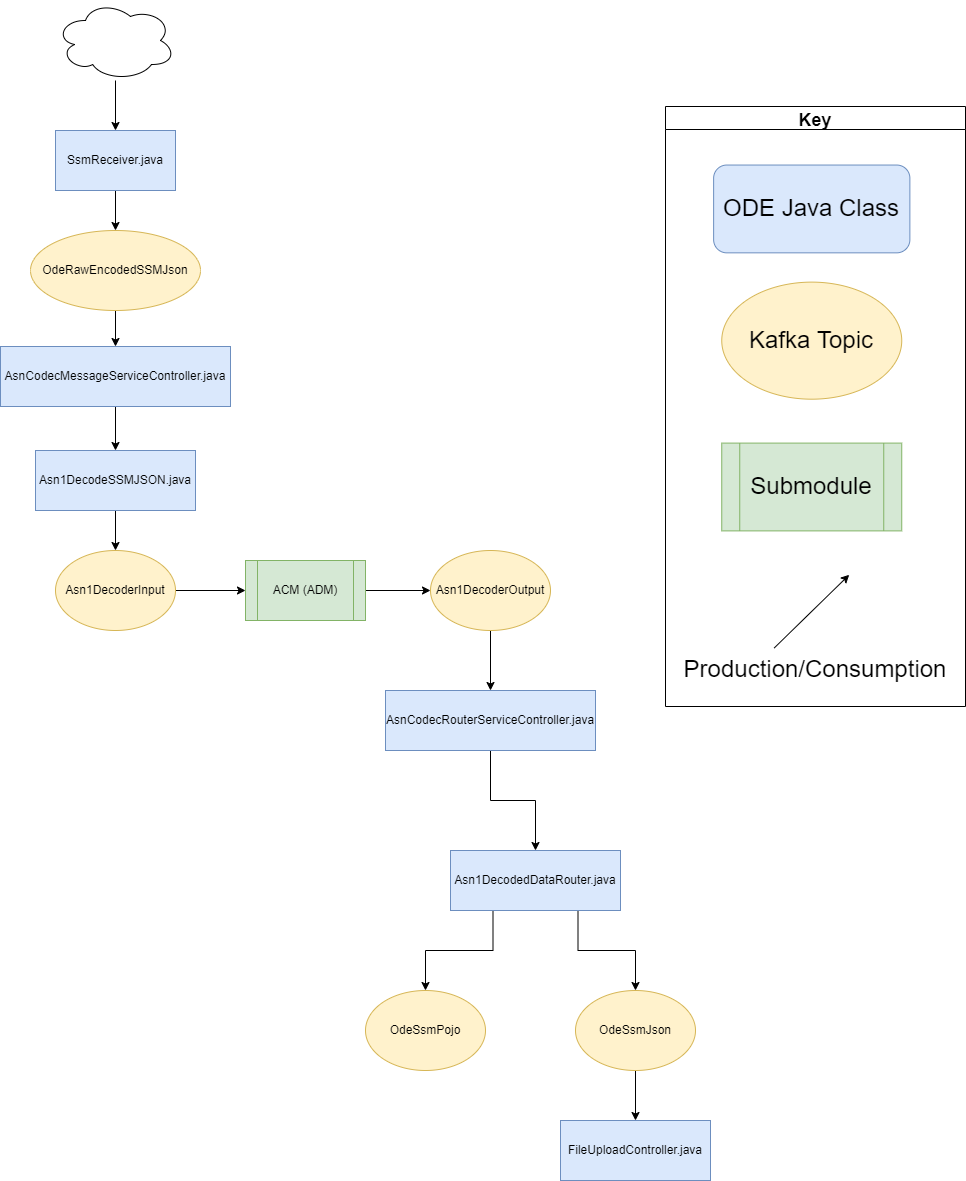
usdot-jpo-ode/jpo-ode keeps this draw.io diagram as docs/data-flow-diagrams/ssm/SSM Data Flow.drawio.png. Above is the earlier version. Source tidied: cells renumbered, new cells last; positions are measured from the earlier drawing's top-left corner, leaving out a move shared by most shapes. The source it was exported from:
```xml
<mxGraphModel>
  <root>
    <mxCell id="0" />
    <mxCell id="1" parent="0" />
    <mxCell id="2" style="edgeStyle=orthogonalEdgeStyle;rounded=0;jettySize=auto;html=1;exitX=0.25;exitY=1;exitDx=0;exitDy=0;" parent="1" edge="1" source="4" target="31">
      <mxGeometry relative="1" as="geometry" />
    </mxCell>
    <mxCell id="3" style="edgeStyle=orthogonalEdgeStyle;rounded=0;jettySize=auto;html=1;exitX=0.75;exitY=1;exitDx=0;exitDy=0;" parent="1" edge="1" source="4" target="33">
      <mxGeometry relative="1" as="geometry" />
    </mxCell>
    <mxCell id="4" value="Asn1DecodedDataRouter.java" style="rounded=0;whiteSpace=wrap;html=1;fillColor=#dae8fc;strokeColor=#6c8ebf;" parent="1" vertex="1">
      <mxGeometry x="450" y="850" width="170" height="60" as="geometry" />
    </mxCell>
    <mxCell id="5" style="edgeStyle=orthogonalEdgeStyle;rounded=0;jettySize=auto;html=1;entryX=0;entryY=0.5;entryDx=0;entryDy=0;" parent="1" edge="1" source="6" target="12">
      <mxGeometry relative="1" as="geometry" />
    </mxCell>
    <mxCell id="6" value="ACM (ADM)" style="shape=process;whiteSpace=wrap;html=1;backgroundOutline=1;fillColor=#d5e8d4;strokeColor=#82b366;" parent="1" vertex="1">
      <mxGeometry x="245" y="560" width="120" height="60" as="geometry" />
    </mxCell>
    <mxCell id="7" style="edgeStyle=orthogonalEdgeStyle;rounded=0;jettySize=auto;html=1;" parent="1" edge="1" source="8" target="18">
      <mxGeometry relative="1" as="geometry" />
    </mxCell>
    <mxCell id="8" value="AsnCodecMessageServiceController.java" style="rounded=0;whiteSpace=wrap;html=1;fillColor=#dae8fc;strokeColor=#6c8ebf;" parent="1" vertex="1">
      <mxGeometry y="346" width="230" height="60" as="geometry" />
    </mxCell>
    <mxCell id="9" style="edgeStyle=orthogonalEdgeStyle;rounded=0;jettySize=auto;html=1;entryX=0;entryY=0.5;entryDx=0;entryDy=0;" parent="1" edge="1" source="10" target="6">
      <mxGeometry relative="1" as="geometry" />
    </mxCell>
    <mxCell id="10" value="Asn1DecoderInput" style="ellipse;whiteSpace=wrap;html=1;fillColor=#fff2cc;strokeColor=#d6b656;" parent="1" vertex="1">
      <mxGeometry x="55" y="550" width="120" height="80" as="geometry" />
    </mxCell>
    <mxCell id="11" style="edgeStyle=orthogonalEdgeStyle;rounded=0;jettySize=auto;html=1;" parent="1" edge="1" source="12" target="20">
      <mxGeometry relative="1" as="geometry" />
    </mxCell>
    <mxCell id="12" value="Asn1DecoderOutput" style="ellipse;whiteSpace=wrap;html=1;fillColor=#fff2cc;strokeColor=#d6b656;" parent="1" vertex="1">
      <mxGeometry x="430" y="550" width="120" height="80" as="geometry" />
    </mxCell>
    <mxCell id="13" style="edgeStyle=orthogonalEdgeStyle;rounded=0;jettySize=auto;html=1;entryX=0.5;entryY=0;entryDx=0;entryDy=0;" parent="1" edge="1" source="14" target="16">
      <mxGeometry relative="1" as="geometry" />
    </mxCell>
    <mxCell id="14" value="SsmReceiver.java" style="rounded=0;whiteSpace=wrap;html=1;fillColor=#dae8fc;strokeColor=#6c8ebf;" parent="1" vertex="1">
      <mxGeometry x="55" y="130" width="120" height="60" as="geometry" />
    </mxCell>
    <mxCell id="15" style="edgeStyle=orthogonalEdgeStyle;rounded=0;jettySize=auto;html=1;" parent="1" edge="1" source="16" target="8">
      <mxGeometry relative="1" as="geometry" />
    </mxCell>
    <mxCell id="16" value="OdeRawEncodedSSMJson" style="ellipse;whiteSpace=wrap;html=1;fillColor=#fff2cc;strokeColor=#d6b656;" parent="1" vertex="1">
      <mxGeometry x="30" y="230" width="170" height="80" as="geometry" />
    </mxCell>
    <mxCell id="17" style="edgeStyle=orthogonalEdgeStyle;rounded=0;jettySize=auto;html=1;entryX=0.5;entryY=0;entryDx=0;entryDy=0;" parent="1" edge="1" source="18" target="10">
      <mxGeometry relative="1" as="geometry" />
    </mxCell>
    <mxCell id="18" value="Asn1DecodeSSMJSON.java" style="rounded=0;whiteSpace=wrap;html=1;fillColor=#dae8fc;strokeColor=#6c8ebf;" parent="1" vertex="1">
      <mxGeometry x="35" y="450" width="160" height="60" as="geometry" />
    </mxCell>
    <mxCell id="19" style="edgeStyle=orthogonalEdgeStyle;rounded=0;jettySize=auto;html=1;entryX=0.5;entryY=0;entryDx=0;entryDy=0;exitX=0.5;exitY=1;exitDx=0;exitDy=0;" parent="1" edge="1" source="20" target="4">
      <mxGeometry relative="1" as="geometry" />
    </mxCell>
    <mxCell id="20" value="AsnCodecRouterServiceController.java" style="rounded=0;whiteSpace=wrap;html=1;fillColor=#dae8fc;strokeColor=#6c8ebf;" parent="1" vertex="1">
      <mxGeometry x="385" y="690" width="210" height="60" as="geometry" />
    </mxCell>
    <mxCell id="21" style="edgeStyle=orthogonalEdgeStyle;rounded=0;jettySize=auto;html=1;" parent="1" edge="1" source="22" target="14">
      <mxGeometry relative="1" as="geometry" />
    </mxCell>
    <mxCell id="22" style="ellipse;shape=cloud;whiteSpace=wrap;html=1;" parent="1" vertex="1">
      <mxGeometry x="55" width="120" height="80" as="geometry" />
    </mxCell>
    <mxCell id="23" style="group;" parent="1" vertex="1">
      <mxGeometry x="665" y="106" width="300" height="600" as="geometry" />
    </mxCell>
    <mxCell id="24" value="&lt;font style=&quot;font-size: 24px&quot;&gt;Submodule&lt;/font&gt;" style="shape=process;whiteSpace=wrap;html=1;backgroundOutline=1;fillColor=#d5e8d4;strokeColor=#82b366;labelBackgroundColor=none;" parent="23" vertex="1">
      <mxGeometry x="56.2" y="336.6" width="180" height="87.8" as="geometry" />
    </mxCell>
    <mxCell id="25" value="Key" style="swimlane;labelBackgroundColor=none;fontSize=18;" parent="23" vertex="1">
      <mxGeometry width="300" height="600" as="geometry" />
    </mxCell>
    <mxCell id="26" value="&lt;font style=&quot;font-size: 24px&quot;&gt;Production/Consumption&lt;/font&gt;" style="text;html=1;strokeColor=none;fillColor=none;align=center;verticalAlign=middle;whiteSpace=wrap;rounded=0;labelBackgroundColor=none;" parent="25" vertex="1">
      <mxGeometry x="105" y="541.5" width="90" height="43.9" as="geometry" />
    </mxCell>
    <mxCell id="27" style="endArrow=classic;html=1;rounded=0;labelBackgroundColor=none;" parent="25" edge="1">
      <mxGeometry relative="1" as="geometry">
        <mxPoint x="108.8" y="541.5" as="sourcePoint" />
        <mxPoint x="183.7" y="468.3" as="targetPoint" />
      </mxGeometry>
    </mxCell>
    <mxCell id="28" value="&lt;font style=&quot;font-size: 24px&quot;&gt;Kafka Topic&lt;/font&gt;" style="ellipse;whiteSpace=wrap;html=1;fillColor=#fff2cc;strokeColor=#d6b656;labelBackgroundColor=none;" parent="25" vertex="1">
      <mxGeometry x="56.2" y="175.6" width="180" height="117.1" as="geometry" />
    </mxCell>
    <mxCell id="29" value="&lt;font style=&quot;font-size: 24px&quot;&gt;ODE Java Class&lt;/font&gt;" style="rounded=1;whiteSpace=wrap;html=1;fillColor=#dae8fc;strokeColor=#6c8ebf;labelBackgroundColor=none;" parent="25" vertex="1">
      <mxGeometry x="48.1" y="58.5" width="196.2" height="87.8" as="geometry" />
    </mxCell>
    <mxCell id="30" value="FileUploadController.java" style="whiteSpace=wrap;html=1;fillColor=#dae8fc;strokeColor=#6c8ebf;" parent="1" vertex="1">
      <mxGeometry x="560" y="1120" width="150" height="60" as="geometry" />
    </mxCell>
    <mxCell id="31" value="OdeSsmPojo" style="ellipse;whiteSpace=wrap;html=1;fillColor=#fff2cc;strokeColor=#d6b656;" parent="1" vertex="1">
      <mxGeometry x="365" y="990" width="120" height="80" as="geometry" />
    </mxCell>
    <mxCell id="32" style="edgeStyle=orthogonalEdgeStyle;rounded=0;jettySize=auto;html=1;" parent="1" edge="1" source="33" target="30">
      <mxGeometry relative="1" as="geometry" />
    </mxCell>
    <mxCell id="33" value="OdeSsmJson" style="ellipse;whiteSpace=wrap;html=1;fillColor=#fff2cc;strokeColor=#d6b656;" parent="1" vertex="1">
      <mxGeometry x="575" y="990" width="120" height="80" as="geometry" />
    </mxCell>
  </root>
</mxGraphModel>
```
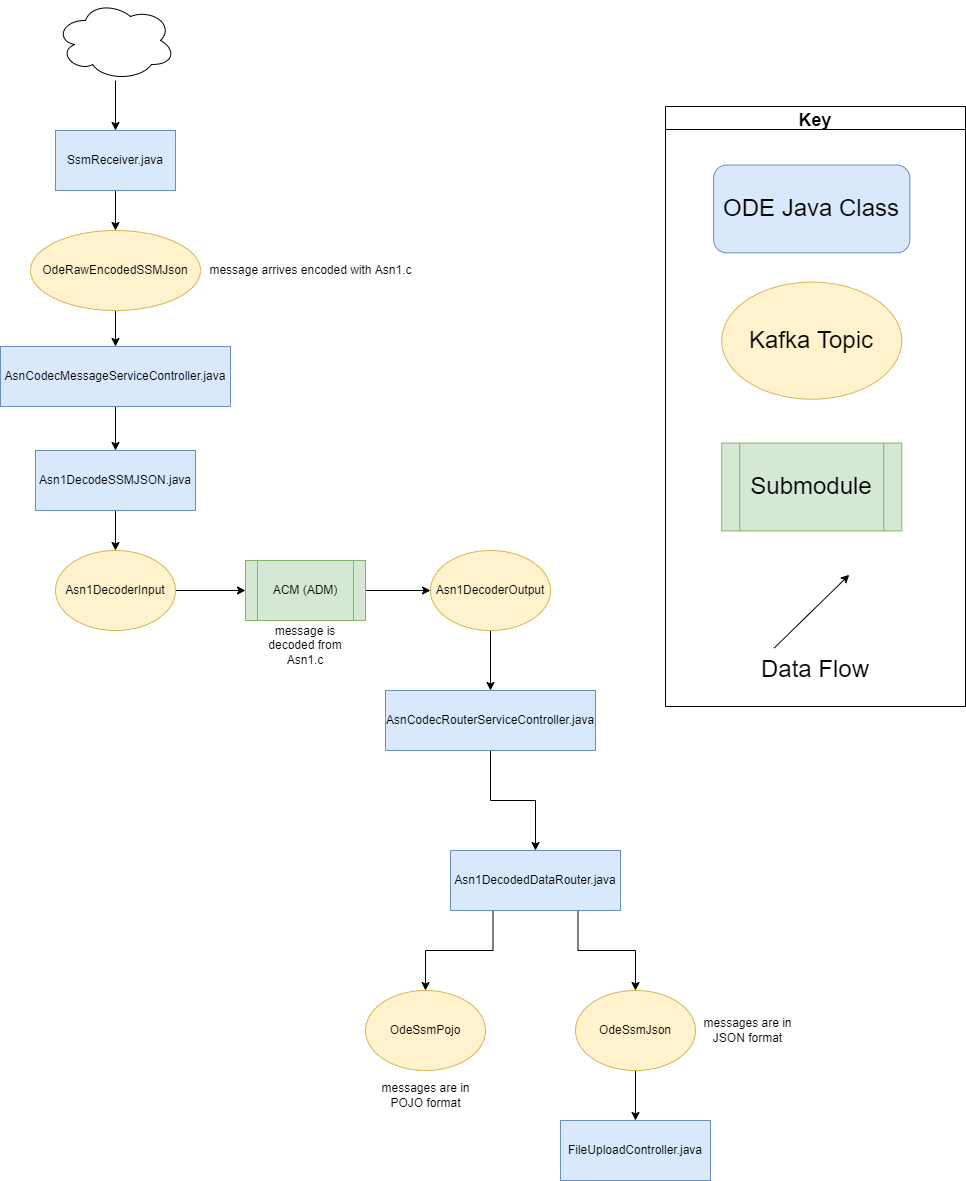
The same diagram one commit later.

Commit message:
Added contextual explanations to the SSM Data Flow diagram.

Change to the diagram source:
```diff
@@ -74,9 +74,6 @@
     <mxCell id="25" value="Key" style="swimlane;labelBackgroundColor=none;fontSize=18;" parent="23" vertex="1">
       <mxGeometry width="300" height="600" as="geometry" />
     </mxCell>
-    <mxCell id="26" value="&lt;font style=&quot;font-size: 24px&quot;&gt;Production/Consumption&lt;/font&gt;" style="text;html=1;strokeColor=none;fillColor=none;align=center;verticalAlign=middle;whiteSpace=wrap;rounded=0;labelBackgroundColor=none;" parent="25" vertex="1">
-      <mxGeometry x="105" y="541.5" width="90" height="43.9" as="geometry" />
-    </mxCell>
     <mxCell id="27" style="endArrow=classic;html=1;rounded=0;labelBackgroundColor=none;" parent="25" edge="1">
       <mxGeometry relative="1" as="geometry">
         <mxPoint x="108.8" y="541.5" as="sourcePoint" />
@@ -101,5 +98,20 @@
     <mxCell id="33" value="OdeSsmJson" style="ellipse;whiteSpace=wrap;html=1;fillColor=#fff2cc;strokeColor=#d6b656;" parent="1" vertex="1">
       <mxGeometry x="575" y="990" width="120" height="80" as="geometry" />
     </mxCell>
+    <mxCell id="34" value="message arrives encoded with Asn1.c" style="text;html=1;align=center;verticalAlign=middle;strokeColor=none;fillColor=none;" parent="1" vertex="1">
+      <mxGeometry x="200" y="260" width="220" height="20" as="geometry" />
+    </mxCell>
+    <mxCell id="35" value="message is decoded from Asn1.c" style="text;html=1;strokeColor=none;fillColor=none;align=center;verticalAlign=middle;whiteSpace=wrap;rounded=0;" parent="1" vertex="1">
+      <mxGeometry x="250" y="620" width="110" height="50" as="geometry" />
+    </mxCell>
+    <mxCell id="36" value="&lt;font style=&quot;font-size: 24px&quot;&gt;Data Flow&lt;/font&gt;" style="text;html=1;strokeColor=none;fillColor=none;align=center;verticalAlign=middle;whiteSpace=wrap;rounded=0;labelBackgroundColor=none;" parent="1" vertex="1">
+      <mxGeometry x="755" y="647.5" width="120" height="43.9" as="geometry" />
+    </mxCell>
+    <mxCell id="37" value="messages are in JSON format" style="text;html=1;strokeColor=none;fillColor=none;align=center;verticalAlign=middle;whiteSpace=wrap;rounded=0;" parent="1" vertex="1">
+      <mxGeometry x="695" y="1005" width="105" height="50" as="geometry" />
+    </mxCell>
+    <mxCell id="38" value="messages are in POJO format" style="text;html=1;strokeColor=none;fillColor=none;align=center;verticalAlign=middle;whiteSpace=wrap;rounded=0;" parent="1" vertex="1">
+      <mxGeometry x="372.5" y="1070" width="105" height="50" as="geometry" />
+    </mxCell>
   </root>
 </mxGraphModel>
```
